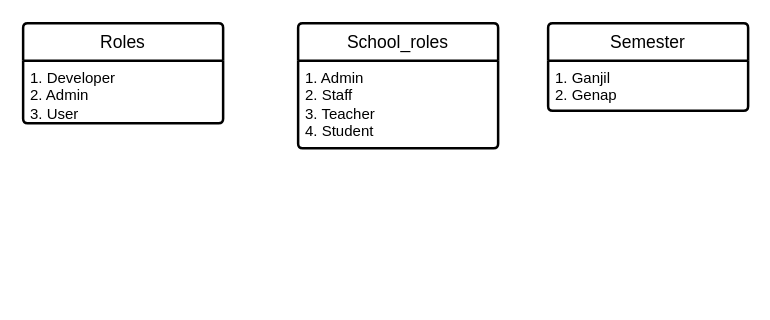
The draw.io diagram page "Attributes" (2 of 2) of arsipkelas-v2.drawio in Faris072/arsipkelas-v2, before the edit. Source tidied: cells renumbered, new cells numbered last; positions are measured from the earlier drawing's top-left corner, leaving out a move shared by most shapes. Both pictures are drawn from the tidied source at 125%, with x=0, y=0 at pixel (22, 22).
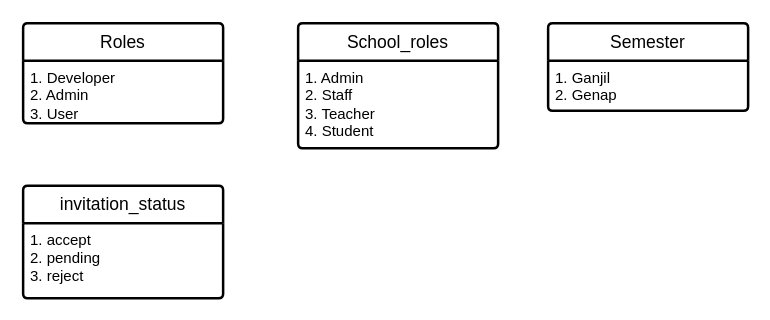
The same page after the edit.

Change to the diagram source:
```diff
@@
 <mxGraphModel>
   <root>
     <mxCell id="0" />
     <mxCell id="1" parent="0" />
     <mxCell id="2" value="Roles" style="swimlane;horizontal=1;startSize=30;rounded=1;fontSize=14;fontStyle=0;strokeWidth=2;shadow=0;dashed=0;align=center;arcSize=4;whiteSpace=wrap;html=1;" parent="1" vertex="1">
       <mxGeometry width="160" height="80" as="geometry" />
     </mxCell>
     <mxCell id="3" value="1. Developer&lt;br&gt;2. Admin&lt;br&gt;3. User" style="align=left;strokeColor=none;fillColor=none;spacingLeft=4;fontSize=12;verticalAlign=top;html=1;" parent="2" vertex="1">
       <mxGeometry y="30" width="160" height="50" as="geometry" />
     </mxCell>
     <mxCell id="4" value="School_roles" style="swimlane;horizontal=1;startSize=30;rounded=1;fontSize=14;fontStyle=0;strokeWidth=2;shadow=0;dashed=0;align=center;arcSize=4;whiteSpace=wrap;html=1;" parent="1" vertex="1">
       <mxGeometry x="220" width="160" height="100" as="geometry" />
     </mxCell>
     <mxCell id="5" value="1. Admin&lt;br&gt;2. Staff&lt;br&gt;3. Teacher&lt;br&gt;4. Student" style="align=left;strokeColor=none;fillColor=none;spacingLeft=4;fontSize=12;verticalAlign=top;html=1;" parent="4" vertex="1">
       <mxGeometry y="30" width="160" height="70" as="geometry" />
     </mxCell>
     <mxCell id="6" value="Semester" style="swimlane;horizontal=1;startSize=30;rounded=1;fontSize=14;fontStyle=0;strokeWidth=2;shadow=0;dashed=0;align=center;arcSize=4;whiteSpace=wrap;html=1;" parent="1" vertex="1">
       <mxGeometry x="420" width="160" height="70" as="geometry" />
     </mxCell>
     <mxCell id="7" value="1. Ganjil&lt;br&gt;2. Genap" style="align=left;strokeColor=none;fillColor=none;spacingLeft=4;fontSize=12;verticalAlign=top;html=1;" parent="6" vertex="1">
       <mxGeometry y="30" width="160" height="40" as="geometry" />
     </mxCell>
+    <mxCell id="8" value="invitation_status" style="swimlane;horizontal=1;startSize=30;rounded=1;fontSize=14;fontStyle=0;strokeWidth=2;shadow=0;dashed=0;align=center;arcSize=4;whiteSpace=wrap;html=1;" parent="1" vertex="1">
+      <mxGeometry y="130" width="160" height="90" as="geometry" />
+    </mxCell>
+    <mxCell id="9" value="1. accept&lt;br&gt;2. pending&lt;br&gt;3. reject" style="align=left;strokeColor=none;fillColor=none;spacingLeft=4;fontSize=12;verticalAlign=top;html=1;" parent="8" vertex="1">
+      <mxGeometry y="30" width="160" height="60" as="geometry" />
+    </mxCell>
   </root>
 </mxGraphModel>
```
